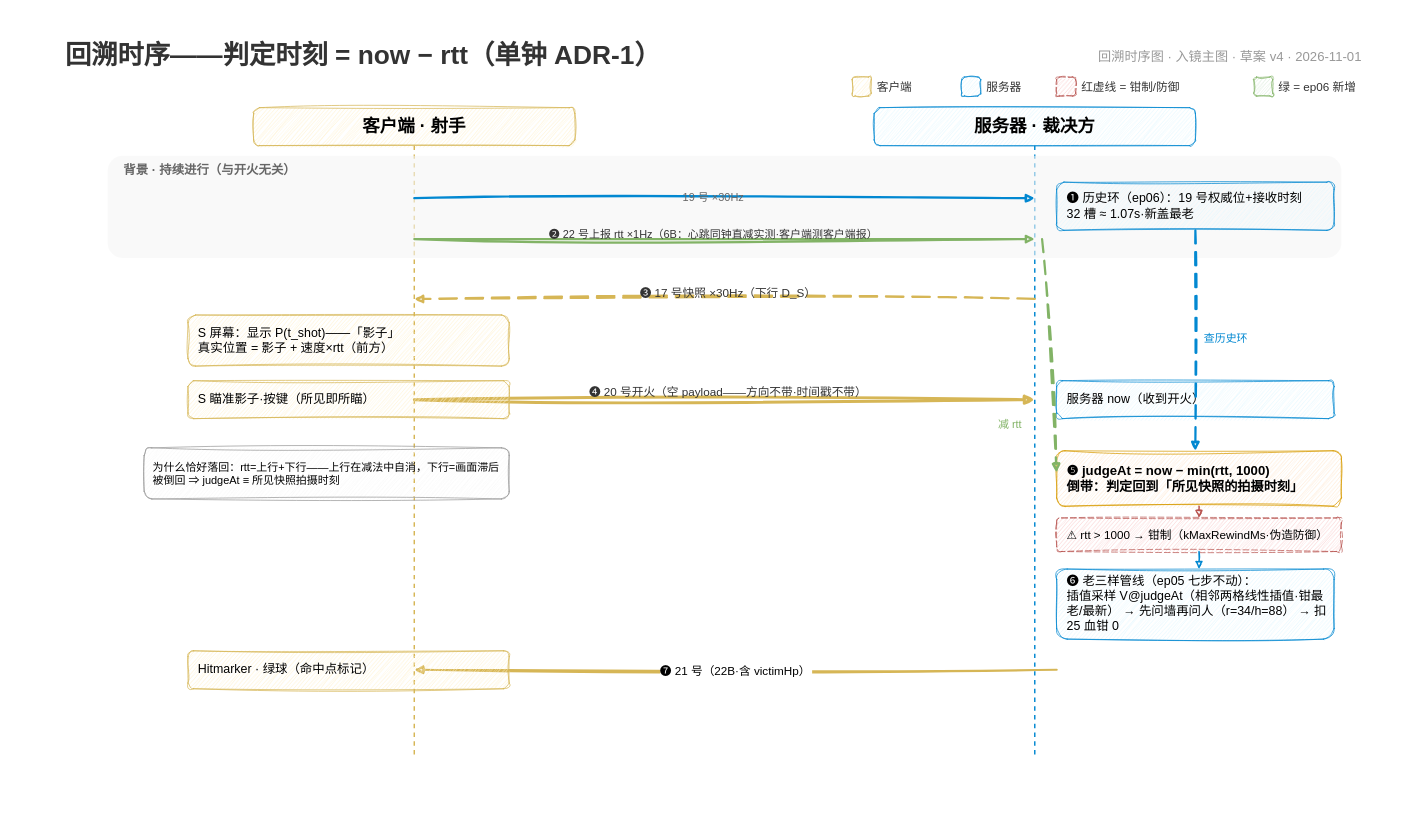
This is docs/episodes/ep06/rewind_sequence.drawio from x-PiXiu/Sightline, a draw.io file, before an edit. Source tidied: cells renumbered, new cells numbered last; positions are measured from the earlier drawing's top-left corner, leaving out a move shared by most shapes. Both pictures are drawn from the tidied source at 73%, with x=0, y=0 at pixel (12, 12).
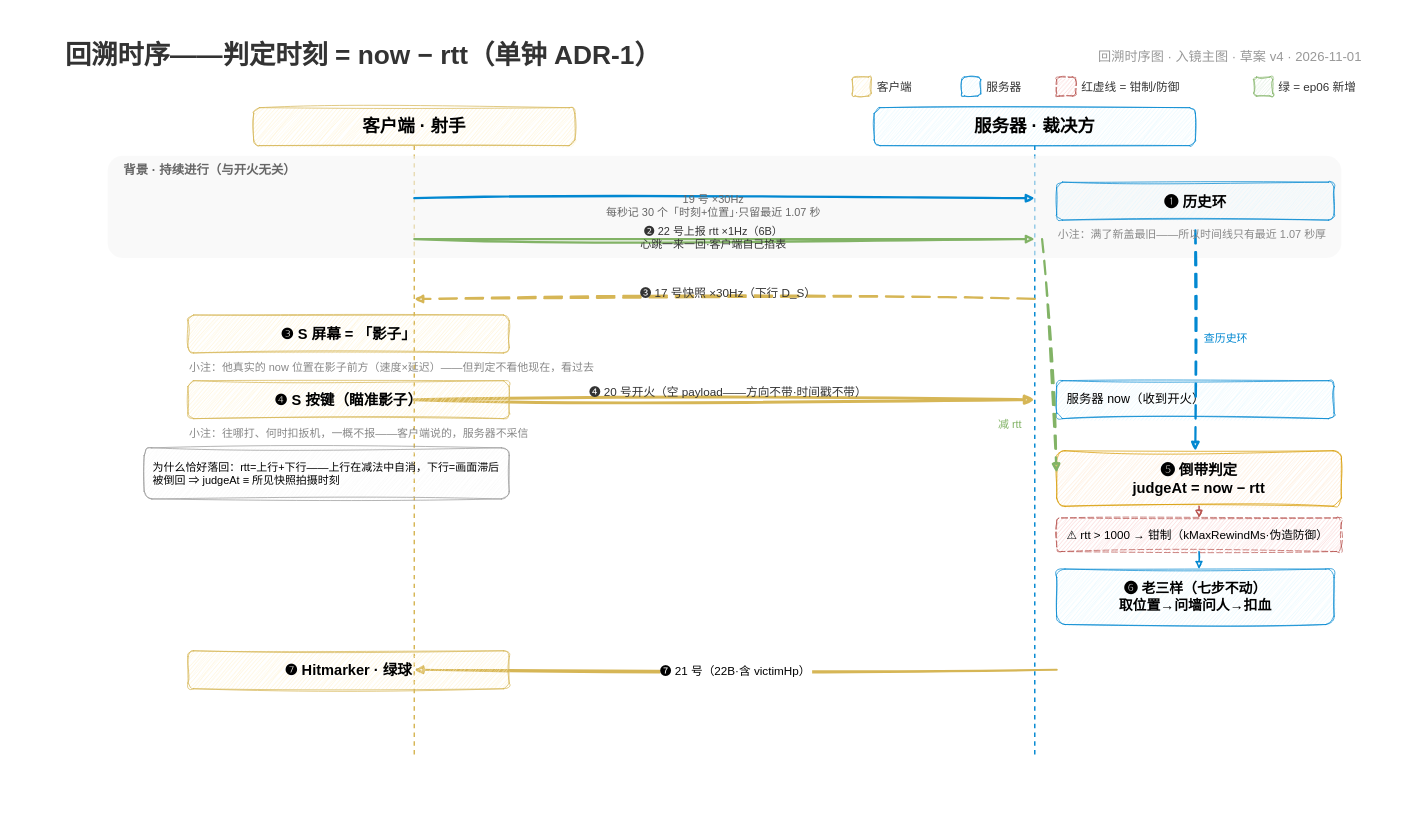
After the change.

Commit message (it also covers changes not shown here):
rewind_sequence v5 标准泳道化（用户令'换标准泳道图'）：框内只留短词（≤8 字·加粗居中），细节全部下沉「小注」（灰字 text·灯位帧联动出现）——历史环/影子/按键/倒带/老三样/绿球六框瘦身+三张小注（histNote/seenNote/fireNote）；帧表挂小注重渲八帧

Diff of the diagram source:
```diff
@@
-    <mxCell id="19" value="❶ 历史环（ep06）：19 号权威位+接收时刻&#10;32 槽 ≈ 1.07s·新盖最老" style="rounded=1;whiteSpace=wrap;fillColor=#e1f5fe;strokeColor=#0288d1;fontSize=17;sketch=1;curveFitting=1;jiggle=2;align=left;spacingLeft=12;" parent="1" vertex="1">
-      <mxGeometry x="1430" y="232" width="380" height="66" as="geometry" />
+    <mxCell id="19" value="❶ 历史环" style="rounded=1;whiteSpace=wrap;fillColor=#e1f5fe;strokeColor=#0288d1;fontSize=20;fontStyle=1;sketch=1;curveFitting=1;jiggle=2;align=center;" parent="1" vertex="1">
+      <mxGeometry x="1430" y="232" width="380" height="52" as="geometry" />
     </mxCell>
@@
-    <mxCell id="21" value="19 号 ×30Hz" style="text;fontSize=15;fontColor=#666666;align=center;whiteSpace=wrap;" parent="1" vertex="1">
-      <mxGeometry x="850" y="238" width="220" height="26" as="geometry" />
+    <mxCell id="21" value="19 号 ×30Hz&#10;每秒记 30 个「时刻+位置」·只留最近 1.07 秒" style="text;fontSize=15;fontColor=#666666;align=center;whiteSpace=wrap;" parent="1" vertex="1">
+      <mxGeometry x="700" y="240" width="520" height="44" as="geometry" />
     </mxCell>
@@
-    <mxCell id="23" value="❷ 22 号上报 rtt ×1Hz（6B：心跳同钟直减实测·客户端测客户端报）" style="text;fontSize=15;fontColor=#333333;align=center;whiteSpace=wrap;" parent="1" vertex="1">
-      <mxGeometry x="640" y="288" width="640" height="26" as="geometry" />
+    <mxCell id="23" value="❷ 22 号上报 rtt ×1Hz（6B）&#10;心跳一来一回·客户端自己掐表" style="text;fontSize=15;fontColor=#333333;align=center;whiteSpace=wrap;" parent="1" vertex="1">
+      <mxGeometry x="640" y="284" width="640" height="40" as="geometry" />
     </mxCell>
@@
-    <mxCell id="26" value="S 屏幕：显示 P(t_shot)——「影子」&#10;真实位置 = 影子 + 速度×rtt（前方）" style="rounded=1;whiteSpace=wrap;fillColor=#fff2cc;strokeColor=#d6b656;fontSize=17;sketch=1;curveFitting=1;jiggle=2;align=left;spacingLeft=12;" parent="1" vertex="1">
-      <mxGeometry x="240" y="414" width="440" height="70" as="geometry" />
+    <mxCell id="26" value="❸ S 屏幕 = 「影子」" style="rounded=1;whiteSpace=wrap;fillColor=#fff2cc;strokeColor=#d6b656;fontSize=20;fontStyle=1;sketch=1;curveFitting=1;jiggle=2;align=center;" parent="1" vertex="1">
+      <mxGeometry x="240" y="414" width="440" height="52" as="geometry" />
     </mxCell>
@@
-    <mxCell id="29" value="S 瞄准影子·按键（所见即所瞄）" style="rounded=1;whiteSpace=wrap;fillColor=#fff2cc;strokeColor=#d6b656;fontSize=17;sketch=1;curveFitting=1;jiggle=2;align=left;spacingLeft=12;" parent="1" vertex="1">
+    <mxCell id="29" value="❹ S 按键（瞄准影子）" style="rounded=1;whiteSpace=wrap;fillColor=#fff2cc;strokeColor=#d6b656;fontSize=20;fontStyle=1;sketch=1;curveFitting=1;jiggle=2;align=center;" parent="1" vertex="1">
       <mxGeometry x="240" y="504" width="440" height="52" as="geometry" />
     </mxCell>
@@
-    <mxCell id="31" value="❺ judgeAt = now − min(rtt, 1000)&#10;倒带：判定回到「所见快照的拍摄时刻」" style="rounded=1;whiteSpace=wrap;fillColor=#ffe6cc;strokeColor=#d79b00;fontSize=18;fontStyle=1;sketch=1;curveFitting=1;jiggle=2;align=left;spacingLeft=12;" parent="1" vertex="1">
+    <mxCell id="31" value="❺ 倒带判定&#10;judgeAt = now − rtt" style="rounded=1;whiteSpace=wrap;fillColor=#ffe6cc;strokeColor=#d79b00;fontSize=20;fontStyle=1;sketch=1;curveFitting=1;jiggle=2;align=center;" parent="1" vertex="1">
       <mxGeometry x="1430" y="600" width="390" height="76" as="geometry" />
     </mxCell>
@@
+    <mxCell id="43" value="小注：他真实的 now 位置在影子前方（速度×延迟）——但判定不看他现在，看过去" style="text;fontSize=15;fontColor=#888888;align=left;whiteSpace=wrap;" parent="1" vertex="1">
+      <mxGeometry x="240" y="470" width="700" height="26" as="geometry" />
+    </mxCell>
+    <mxCell id="44" value="小注：满了新盖最旧——所以时间线只有最近 1.07 秒厚" style="text;fontSize=15;fontColor=#888888;align=left;whiteSpace=wrap;" parent="1" vertex="1">
+      <mxGeometry x="1430" y="288" width="440" height="26" as="geometry" />
+    </mxCell>
+    <mxCell id="45" value="小注：往哪打、何时扣扳机，一概不报——客户端说的，服务器不采信" style="text;fontSize=15;fontColor=#888888;align=left;whiteSpace=wrap;" parent="1" vertex="1">
+      <mxGeometry x="240" y="560" width="700" height="26" as="geometry" />
+    </mxCell>
@@
-    <mxCell id="40" value="❻ 老三样管线（ep05 七步不动）：&#10;插值采样 V@judgeAt（相邻两格线性插值·钳最老/最新） → 先问墙再问人（r=34/h=88） → 扣 25 血钳 0" style="rounded=1;whiteSpace=wrap;fillColor=#e1f5fe;strokeColor=#0288d1;fontSize=17;sketch=1;curveFitting=1;jiggle=2;align=left;spacingLeft=12;" parent="1" vertex="1">
-      <mxGeometry x="1430" y="762" width="380" height="96" as="geometry" />
+    <mxCell id="40" value="❻ 老三样（七步不动）&#10;取位置→问墙问人→扣血" style="rounded=1;whiteSpace=wrap;fillColor=#e1f5fe;strokeColor=#0288d1;fontSize=19;fontStyle=1;sketch=1;curveFitting=1;jiggle=2;align=center;" parent="1" vertex="1">
+      <mxGeometry x="1430" y="762" width="380" height="76" as="geometry" />
     </mxCell>
@@
-    <mxCell id="42" value="Hitmarker · 绿球（命中点标记）" style="rounded=1;whiteSpace=wrap;fillColor=#fff2cc;strokeColor=#d6b656;fontSize=17;sketch=1;curveFitting=1;jiggle=2;align=left;spacingLeft=12;" parent="1" vertex="1">
+    <mxCell id="42" value="❼ Hitmarker · 绿球" style="rounded=1;whiteSpace=wrap;fillColor=#fff2cc;strokeColor=#d6b656;fontSize=20;fontStyle=1;sketch=1;curveFitting=1;jiggle=2;align=center;" parent="1" vertex="1">
       <mxGeometry x="240" y="874" width="440" height="52" as="geometry" />
     </mxCell>
```
